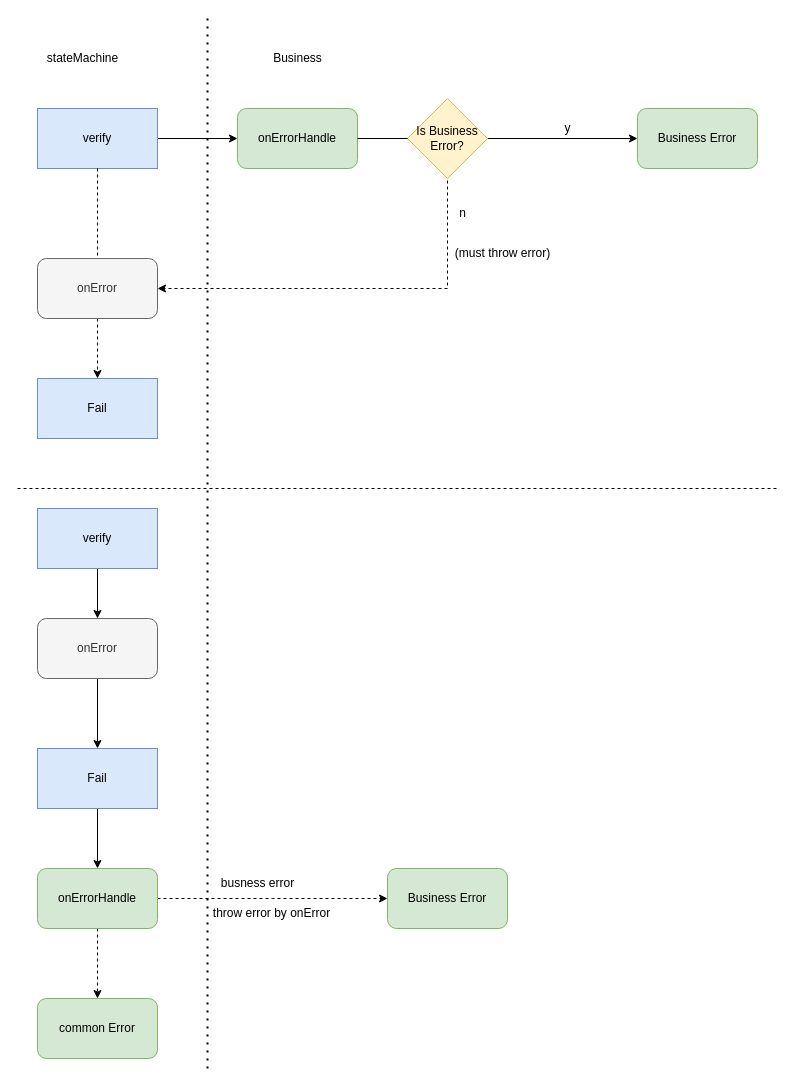
This is useVerify/error handle.drawio from RexYao97/sfrex, a draw.io file, before an edit. Source tidied: cells renumbered, new cells numbered last; positions are measured from the earlier drawing's top-left corner, leaving out a move shared by most shapes. Both pictures are drawn from the tidied source at 100%, with x=0, y=0 at pixel (17, 18).
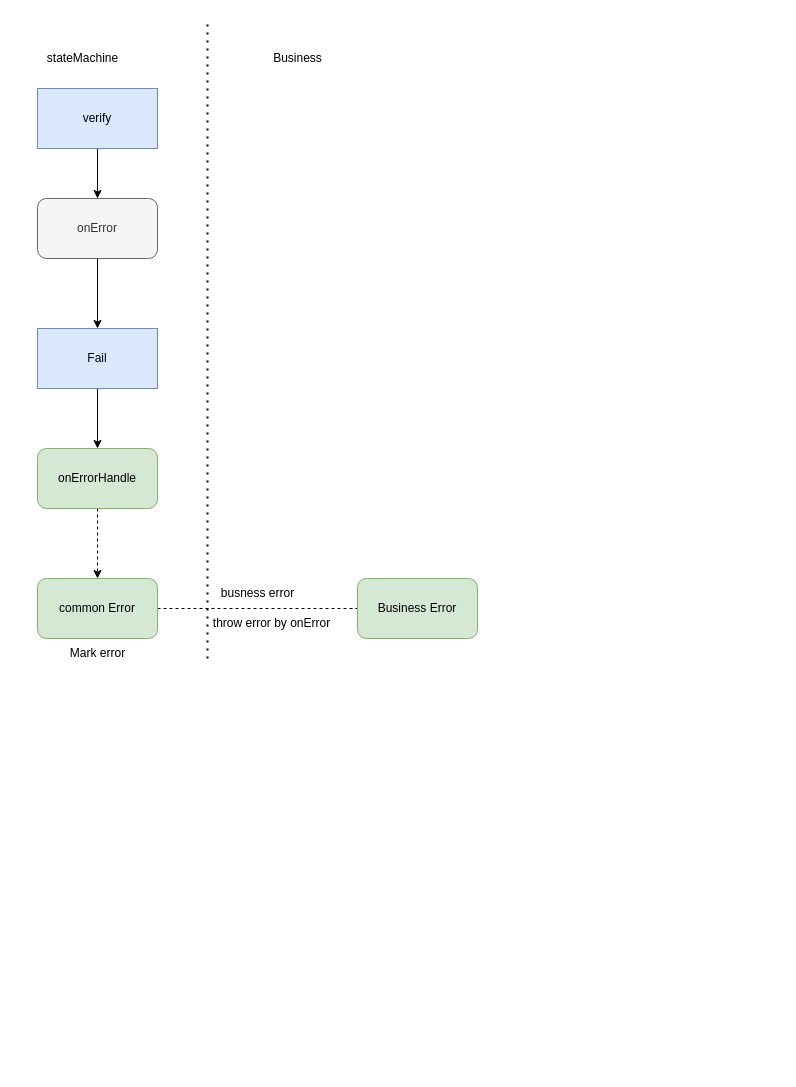
After the change.

What changed in the source:
```diff
@@
-    <mxCell id="2" style="edgeStyle=orthogonalEdgeStyle;rounded=0;jettySize=auto;html=1;" parent="1" edge="1" source="4" target="7">
-      <mxGeometry relative="1" as="geometry" />
-    </mxCell>
-    <mxCell id="3" style="edgeStyle=orthogonalEdgeStyle;rounded=0;jettySize=auto;html=1;dashed=1;startArrow=none;" parent="1" edge="1" source="17" target="10">
-      <mxGeometry relative="1" as="geometry" />
-    </mxCell>
-    <mxCell id="4" value="verify" style="rounded=0;whiteSpace=wrap;html=1;fontFamily=Helvetica;fontSize=12;fontColor=default;align=center;strokeColor=#6c8ebf;fillColor=#dae8fc;" parent="1" vertex="1">
-      <mxGeometry x="20" y="90" width="120" height="60" as="geometry" />
-    </mxCell>
-    <mxCell id="5" style="edgeStyle=orthogonalEdgeStyle;rounded=0;jettySize=auto;html=1;entryX=1;entryY=0.5;entryDx=0;entryDy=0;dashed=1;" parent="1" edge="1" source="7" target="17">
-      <mxGeometry relative="1" as="geometry">
-        <Array as="points">
-          <mxPoint x="430" y="120" />
-          <mxPoint x="430" y="270" />
-        </Array>
-      </mxGeometry>
-    </mxCell>
-    <mxCell id="6" style="edgeStyle=orthogonalEdgeStyle;rounded=0;jettySize=auto;html=1;startArrow=none;" parent="1" edge="1" source="13" target="11">
-      <mxGeometry relative="1" as="geometry" />
-    </mxCell>
-    <mxCell id="7" value="onErrorHandle" style="whiteSpace=wrap;html=1;rounded=1;fillColor=#d5e8d4;strokeColor=#82b366;" parent="1" vertex="1">
-      <mxGeometry x="220" y="90" width="120" height="60" as="geometry" />
-    </mxCell>
     <mxCell id="8" style="endArrow=none;dashed=1;html=1;dashPattern=1 3;strokeWidth=2;rounded=0;" parent="1" edge="1">
       <mxGeometry relative="1" as="geometry">
-        <mxPoint x="190" y="1050" as="sourcePoint" />
+        <mxPoint x="190" y="640" as="sourcePoint" />
         <mxPoint x="190" as="targetPoint" />
       </mxGeometry>
     </mxCell>
@@
-    <mxCell id="10" value="Fail" style="rounded=0;whiteSpace=wrap;html=1;fontFamily=Helvetica;fontSize=12;fontColor=default;align=center;strokeColor=#6c8ebf;fillColor=#dae8fc;" parent="1" vertex="1">
-      <mxGeometry x="20" y="360" width="120" height="60" as="geometry" />
-    </mxCell>
-    <mxCell id="11" value="Business Error" style="whiteSpace=wrap;html=1;fillColor=#d5e8d4;strokeColor=#82b366;rounded=1;" parent="1" vertex="1">
-      <mxGeometry x="620" y="90" width="120" height="60" as="geometry" />
-    </mxCell>
@@
-    <mxCell id="13" value="Is Business Error?" style="rhombus;whiteSpace=wrap;html=1;fillColor=#fff2cc;strokeColor=#d6b656;" parent="1" vertex="1">
-      <mxGeometry x="390" y="80" width="80" height="80" as="geometry" />
-    </mxCell>
-    <mxCell id="14" style="edgeStyle=orthogonalEdgeStyle;rounded=0;jettySize=auto;html=1;endArrow=none;" parent="1" edge="1" source="7" target="13">
-      <mxGeometry relative="1" as="geometry" />
-    </mxCell>
-    <mxCell id="15" value="y" style="text;html=1;align=center;verticalAlign=middle;strokeColor=none;fillColor=none;" parent="1" vertex="1">
-      <mxGeometry x="535" y="95" width="30" height="30" as="geometry" />
-    </mxCell>
-    <mxCell id="16" value="n" style="text;html=1;align=center;verticalAlign=middle;strokeColor=none;fillColor=none;" parent="1" vertex="1">
-      <mxGeometry x="430" y="180" width="30" height="30" as="geometry" />
-    </mxCell>
-    <mxCell id="17" value="onError" style="rounded=1;whiteSpace=wrap;html=1;fillColor=#f5f5f5;fontColor=#333333;strokeColor=#666666;" parent="1" vertex="1">
-      <mxGeometry x="20" y="240" width="120" height="60" as="geometry" />
-    </mxCell>
-    <mxCell id="18" style="edgeStyle=orthogonalEdgeStyle;rounded=0;jettySize=auto;html=1;dashed=1;endArrow=none;" parent="1" edge="1" source="4" target="17">
-      <mxGeometry relative="1" as="geometry" />
-    </mxCell>
-    <mxCell id="19" value="(must throw error)" style="text;html=1;align=center;verticalAlign=middle;strokeColor=none;fillColor=none;" parent="1" vertex="1">
-      <mxGeometry x="425" y="220" width="120" height="30" as="geometry" />
-    </mxCell>
-    <mxCell id="20" style="endArrow=none;dashed=1;html=1;rounded=0;" parent="1" edge="1">
-      <mxGeometry relative="1" as="geometry">
-        <mxPoint y="470" as="sourcePoint" />
-        <mxPoint x="760" y="470" as="targetPoint" />
-      </mxGeometry>
-    </mxCell>
@@
     <mxCell id="23" value="verify" style="rounded=0;whiteSpace=wrap;html=1;fontFamily=Helvetica;fontSize=12;fontColor=default;align=center;strokeColor=#6c8ebf;fillColor=#dae8fc;" parent="1" vertex="1">
-      <mxGeometry x="20" y="490" width="120" height="60" as="geometry" />
+      <mxGeometry x="20" y="70" width="120" height="60" as="geometry" />
     </mxCell>
@@
     <mxCell id="25" value="Fail" style="rounded=0;whiteSpace=wrap;html=1;fontFamily=Helvetica;fontSize=12;fontColor=default;align=center;strokeColor=#6c8ebf;fillColor=#dae8fc;" parent="1" vertex="1">
-      <mxGeometry x="20" y="730" width="120" height="60" as="geometry" />
+      <mxGeometry x="20" y="310" width="120" height="60" as="geometry" />
     </mxCell>
     <mxCell id="26" value="onError" style="rounded=1;whiteSpace=wrap;html=1;fillColor=#f5f5f5;fontColor=#333333;strokeColor=#666666;" parent="1" vertex="1">
-      <mxGeometry x="20" y="600" width="120" height="60" as="geometry" />
+      <mxGeometry x="20" y="180" width="120" height="60" as="geometry" />
     </mxCell>
-    <mxCell id="27" style="edgeStyle=orthogonalEdgeStyle;rounded=0;jettySize=auto;html=1;dashed=1;" parent="1" edge="1" source="29">
+    <mxCell id="27" style="edgeStyle=orthogonalEdgeStyle;rounded=0;orthogonalLoop=1;jettySize=auto;html=1;dashed=1;" parent="1" edge="1">
       <mxGeometry relative="1" as="geometry">
-        <mxPoint x="370" y="880" as="targetPoint" />
+        <mxPoint x="140" y="590" as="sourcePoint" />
+        <mxPoint x="370" y="590" as="targetPoint" />
       </mxGeometry>
     </mxCell>
     <mxCell id="28" style="edgeStyle=orthogonalEdgeStyle;rounded=0;jettySize=auto;html=1;dashed=1;" parent="1" edge="1" source="29">
       <mxGeometry relative="1" as="geometry">
-        <mxPoint x="80" y="980" as="targetPoint" />
+        <mxPoint x="80" y="560" as="targetPoint" />
       </mxGeometry>
     </mxCell>
     <mxCell id="29" value="onErrorHandle" style="whiteSpace=wrap;html=1;rounded=1;fillColor=#d5e8d4;strokeColor=#82b366;" parent="1" vertex="1">
-      <mxGeometry x="20" y="850" width="120" height="60" as="geometry" />
+      <mxGeometry x="20" y="430" width="120" height="60" as="geometry" />
     </mxCell>
     <mxCell id="30" value="busness error" style="text;html=1;align=center;verticalAlign=middle;strokeColor=none;fillColor=none;" parent="1" vertex="1">
-      <mxGeometry x="190" y="850" width="100" height="30" as="geometry" />
+      <mxGeometry x="190" y="560" width="100" height="30" as="geometry" />
     </mxCell>
     <mxCell id="31" value="throw error by onError" style="text;html=1;align=center;verticalAlign=middle;strokeColor=none;fillColor=none;" parent="1" vertex="1">
-      <mxGeometry x="184" y="880" width="140" height="30" as="geometry" />
+      <mxGeometry x="184" y="590" width="140" height="30" as="geometry" />
     </mxCell>
     <mxCell id="32" value="Business Error" style="whiteSpace=wrap;html=1;fillColor=#d5e8d4;strokeColor=#82b366;rounded=1;" parent="1" vertex="1">
-      <mxGeometry x="370" y="850" width="120" height="60" as="geometry" />
+      <mxGeometry x="340" y="560" width="120" height="60" as="geometry" />
     </mxCell>
     <mxCell id="33" value="common Error" style="whiteSpace=wrap;html=1;fillColor=#d5e8d4;strokeColor=#82b366;rounded=1;" parent="1" vertex="1">
-      <mxGeometry x="20" y="980" width="120" height="60" as="geometry" />
+      <mxGeometry x="20" y="560" width="120" height="60" as="geometry" />
     </mxCell>
+    <mxCell id="34" value="Mark error" style="text;html=1;align=center;verticalAlign=middle;strokeColor=none;fillColor=none;" parent="1" vertex="1">
+      <mxGeometry x="40" y="620" width="80" height="30" as="geometry" />
+    </mxCell>
```
